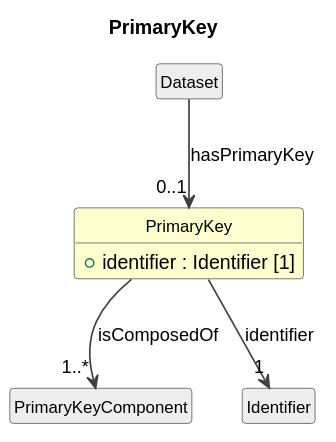
Before: cdif-uml-model/BasicDataDescription/Classes/PrimaryKey.svg, a diagram exported from PlantUML (Cross-Domain-Interoperability-Framework/metadataBuildingBlocks).
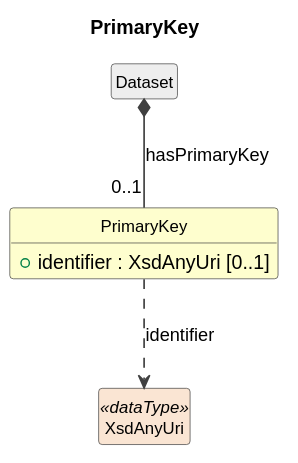
After the commit.

Change to the diagram source:
```diff
@@ -11,12 +11,10 @@
 }
 
 class "PrimaryKey" as PrimaryKey #FEFECE {
-  +identifier : Identifier [1]
+  +identifier : XsdAnyUri [0..1]
 }
-class "PrimaryKeyComponent" as PrimaryKeyComponent #EEEEEE
-PrimaryKey --> "1..*" PrimaryKeyComponent : isComposedOf
 class "Dataset" as Dataset #EEEEEE
-Dataset --> "0..1" PrimaryKey : hasPrimaryKey
-class "Identifier" as Identifier #EEEEEE
-PrimaryKey --> "1" Identifier : identifier
+Dataset *-- "0..1" PrimaryKey : hasPrimaryKey
+class "XsdAnyUri" as XsdAnyUri <<dataType>> #FAE5D3
+PrimaryKey ..> XsdAnyUri : identifier
 @enduml
```
